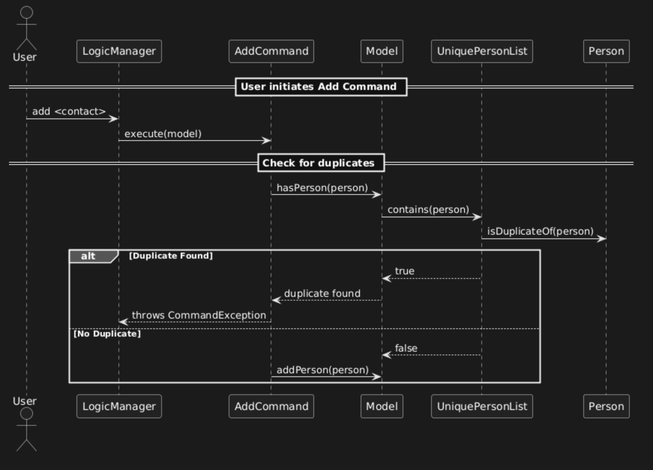
Above: docs/images/AddCommandSequenceDiagram.png in AY2425S2-CS2103T-F14-4/tp (PlantUML), before the change. Its source is kept beside it as docs/diagrams/AddCommandSequenceDiagram.puml.
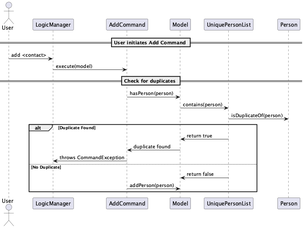
The same diagram one commit later.

Commit message:
Resolve diagram conflict by pulling latest AddCommandSequenceDiagram.puml and regenerating PNG

Change to the diagram source:
```diff
@@ -16,11 +16,11 @@
 UniquePersonList -> Person: isDuplicateOf(person)
 
 alt Duplicate Found
-    UniquePersonList --> Model: true
-    Model --> AddCommand: duplicate found
-    AddCommand --> LogicManager: throws CommandException
+    UniquePersonList -> Model: return true
+    Model -> AddCommand: duplicate found
+    AddCommand -> LogicManager: throws CommandException
 else No Duplicate
-    UniquePersonList --> Model: false
+    UniquePersonList -> Model: return false
     AddCommand -> Model: addPerson(person)
 end
 @enduml
```
